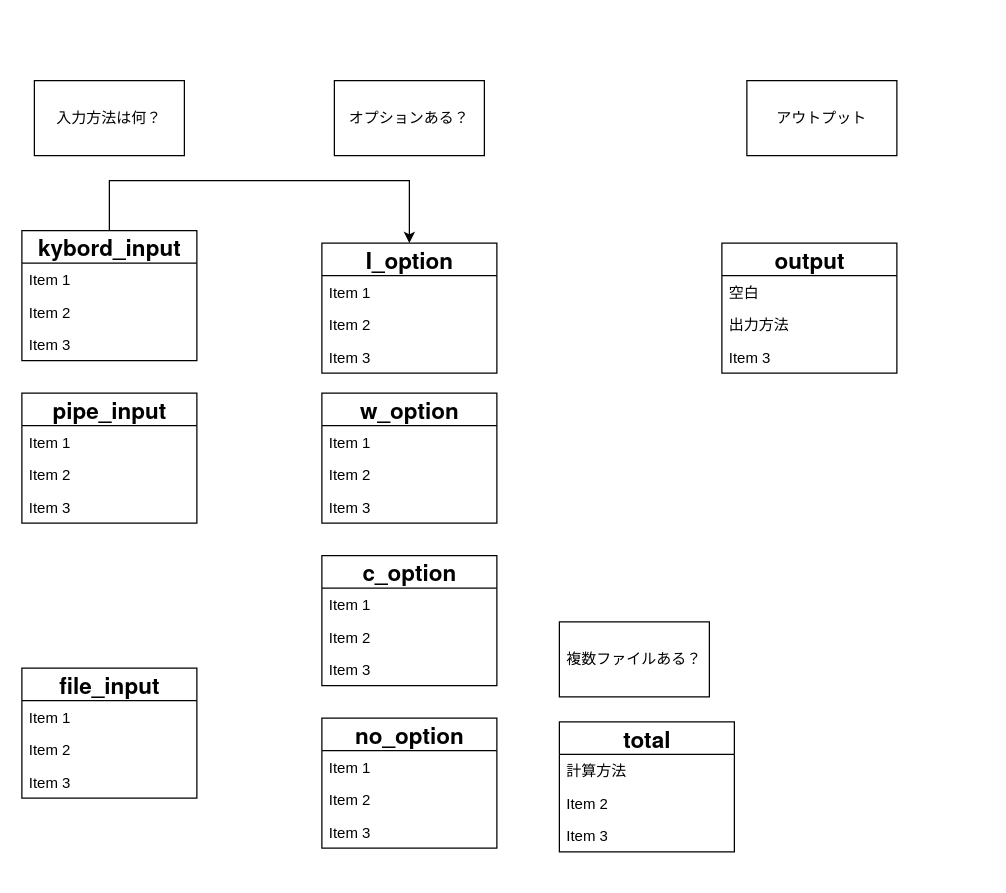
The draw.io diagram wcコマンド.drawio in namacosansan/ER, before the edit. Source tidied: cells renumbered, new cells numbered last; positions are measured from the earlier drawing's top-left corner, leaving out a move shared by most shapes. Both pictures are drawn from the tidied source at 125%, with x=0, y=0 at pixel (21, 80).
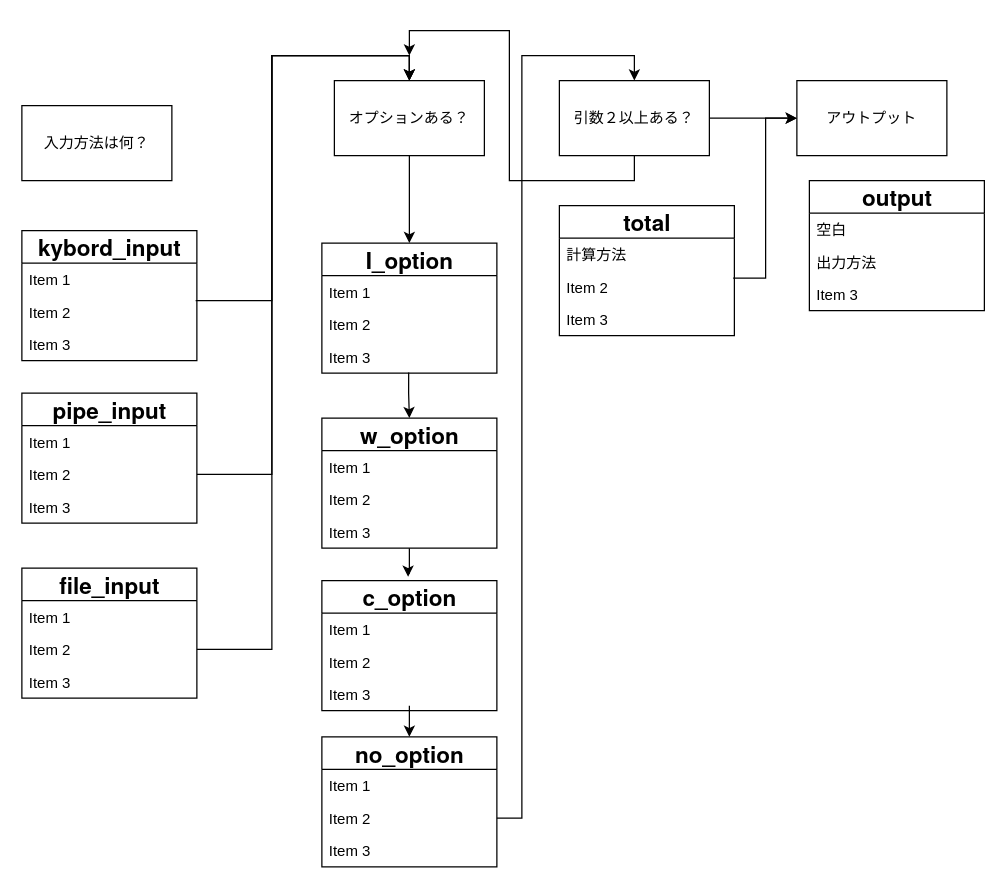
The same diagram, later.

Commit message:
wcコマンド.drawio を更新します

Unchanged cells that the change refers to:
```xml
<mxCell id="3" value="&lt;p style=&quot;margin: 0px; font-variant-numeric: normal; font-variant-east-asian: normal; font-variant-alternates: normal; font-size-adjust: none; font-kerning: auto; font-optical-sizing: auto; font-feature-settings: normal; font-variation-settings: normal; font-variant-position: normal; font-variant-emoji: normal; font-stretch: normal; font-size: 18px; line-height: normal; font-family: &amp;quot;Helvetica Neue&amp;quot;; text-align: start; text-wrap-mode: wrap;&quot; class=&quot;p1&quot;&gt;&lt;b&gt;kybord_input&lt;/b&gt;&lt;/p&gt;" style="swimlane;fontStyle=0;horizontal=1;startSize=26;fillColor=none;html=1;" parent="1" vertex="1">
  <mxGeometry y="120" width="140" height="104" as="geometry" />
</mxCell>
<mxCell id="5" value="Item 2" style="text;strokeColor=none;fillColor=none;align=left;verticalAlign=top;spacingLeft=4;spacingRight=4;overflow=hidden;points=[[0,0.5],[1,0.5]];portConstraint=eastwest;whiteSpace=wrap;html=1;" parent="3" vertex="1">
  <mxGeometry y="52" width="140" height="26" as="geometry" />
</mxCell>
<mxCell id="9" value="Item 2" style="text;strokeColor=none;fillColor=none;align=left;verticalAlign=top;spacingLeft=4;spacingRight=4;overflow=hidden;points=[[0,0.5],[1,0.5]];portConstraint=eastwest;whiteSpace=wrap;html=1;" parent="7" vertex="1">
  <mxGeometry y="52" width="140" height="26" as="geometry" />
</mxCell>
<mxCell id="13" value="Item 2" style="text;strokeColor=none;fillColor=none;align=left;verticalAlign=top;spacingLeft=4;spacingRight=4;overflow=hidden;points=[[0,0.5],[1,0.5]];portConstraint=eastwest;whiteSpace=wrap;html=1;" parent="11" vertex="1">
  <mxGeometry y="52" width="140" height="26" as="geometry" />
</mxCell>
<mxCell id="19" value="&lt;p style=&quot;margin: 0px; font-variant-numeric: normal; font-variant-east-asian: normal; font-variant-alternates: normal; font-size-adjust: none; font-kerning: auto; font-optical-sizing: auto; font-feature-settings: normal; font-variation-settings: normal; font-variant-position: normal; font-variant-emoji: normal; font-stretch: normal; font-size: 18px; line-height: normal; font-family: &amp;quot;Helvetica Neue&amp;quot;; text-align: start; text-wrap-mode: wrap;&quot; class=&quot;p1&quot;&gt;&lt;b&gt;I_&lt;/b&gt;&lt;b style=&quot;background-color: transparent; color: light-dark(rgb(0, 0, 0), rgb(255, 255, 255));&quot;&gt;option&lt;/b&gt;&lt;/p&gt;" style="swimlane;fontStyle=0;horizontal=1;startSize=26;fillColor=none;html=1;" parent="1" vertex="1">
  <mxGeometry x="240" y="130" width="140" height="104" as="geometry" />
</mxCell>
<mxCell id="22" value="Item 3" style="text;strokeColor=none;fillColor=none;align=left;verticalAlign=top;spacingLeft=4;spacingRight=4;overflow=hidden;points=[[0,0.5],[1,0.5]];portConstraint=eastwest;whiteSpace=wrap;html=1;" parent="19" vertex="1">
  <mxGeometry y="78" width="140" height="26" as="geometry" />
</mxCell>
<mxCell id="29" value="Item 2" style="text;strokeColor=none;fillColor=none;align=left;verticalAlign=top;spacingLeft=4;spacingRight=4;overflow=hidden;points=[[0,0.5],[1,0.5]];portConstraint=eastwest;whiteSpace=wrap;html=1;" parent="27" vertex="1">
  <mxGeometry y="52" width="140" height="26" as="geometry" />
</mxCell>
<mxCell id="32" value="オプションある？" style="whiteSpace=wrap;html=1;align=center;newEdgeStyle={&quot;edgeStyle&quot;:&quot;elbowEdgeStyle&quot;,&quot;startArrow&quot;:&quot;none&quot;,&quot;endArrow&quot;:&quot;none&quot;};" parent="1" vertex="1">
  <mxGeometry x="250" width="120" height="60" as="geometry" />
</mxCell>
<mxCell id="37" value="Item 2" style="text;strokeColor=none;fillColor=none;align=left;verticalAlign=top;spacingLeft=4;spacingRight=4;overflow=hidden;points=[[0,0.5],[1,0.5]];portConstraint=eastwest;whiteSpace=wrap;html=1;" parent="35" vertex="1">
  <mxGeometry y="52" width="140" height="26" as="geometry" />
</mxCell>
```

What changed in the source:
```diff
@@
-    <mxCell id="2" style="edgeStyle=elbowEdgeStyle;rounded=0;jettySize=auto;html=1;exitX=0.5;exitY=0;exitDx=0;exitDy=0;entryX=0.5;entryY=0;entryDx=0;entryDy=0;" parent="1" edge="1" source="3" target="19">
-      <mxGeometry relative="1" as="geometry">
-        <Array as="points">
-          <mxPoint x="230" y="80" />
-        </Array>
-      </mxGeometry>
-    </mxCell>
@@
     <mxCell id="11" value="&lt;p style=&quot;margin: 0px; font-variant-numeric: normal; font-variant-east-asian: normal; font-variant-alternates: normal; font-size-adjust: none; font-kerning: auto; font-optical-sizing: auto; font-feature-settings: normal; font-variation-settings: normal; font-variant-position: normal; font-variant-emoji: normal; font-stretch: normal; font-size: 18px; line-height: normal; font-family: &amp;quot;Helvetica Neue&amp;quot;; text-align: start; text-wrap-mode: wrap;&quot; class=&quot;p1&quot;&gt;&lt;b&gt;file_input&lt;/b&gt;&lt;/p&gt;" style="swimlane;fontStyle=0;horizontal=1;startSize=26;fillColor=none;html=1;" parent="1" vertex="1">
-      <mxGeometry y="470" width="140" height="104" as="geometry" />
+      <mxGeometry y="390" width="140" height="104" as="geometry" />
     </mxCell>
@@
+    <mxCell id="43" style="edgeStyle=orthogonalEdgeStyle;rounded=0;jettySize=auto;html=1;entryX=0.493;entryY=-0.029;entryDx=0;entryDy=0;entryPerimeter=0;" parent="1" edge="1" source="15" target="23">
+      <mxGeometry relative="1" as="geometry" />
+    </mxCell>
     <mxCell id="15" value="&lt;p style=&quot;margin: 0px; font-variant-numeric: normal; font-variant-east-asian: normal; font-variant-alternates: normal; font-size-adjust: none; font-kerning: auto; font-optical-sizing: auto; font-feature-settings: normal; font-variation-settings: normal; font-variant-position: normal; font-variant-emoji: normal; font-stretch: normal; font-size: 18px; line-height: normal; font-family: &amp;quot;Helvetica Neue&amp;quot;; text-align: start; text-wrap-mode: wrap;&quot; class=&quot;p1&quot;&gt;&lt;b&gt;w_&lt;/b&gt;&lt;b style=&quot;background-color: transparent; color: light-dark(rgb(0, 0, 0), rgb(255, 255, 255));&quot;&gt;option&lt;/b&gt;&lt;/p&gt;" style="swimlane;fontStyle=0;horizontal=1;startSize=26;fillColor=none;html=1;" parent="1" vertex="1">
-      <mxGeometry x="240" y="250" width="140" height="104" as="geometry" />
+      <mxGeometry x="240" y="270" width="140" height="104" as="geometry" />
     </mxCell>
@@
+    <mxCell id="44" style="edgeStyle=orthogonalEdgeStyle;rounded=0;jettySize=auto;html=1;entryX=0.5;entryY=0;entryDx=0;entryDy=0;exitX=0.496;exitY=0.981;exitDx=0;exitDy=0;exitPerimeter=0;" parent="1" edge="1" source="22" target="15">
+      <mxGeometry relative="1" as="geometry">
+        <Array as="points">
+          <mxPoint x="309" y="250" />
+          <mxPoint x="310" y="250" />
+        </Array>
+      </mxGeometry>
+    </mxCell>
+    <mxCell id="45" style="edgeStyle=orthogonalEdgeStyle;rounded=0;jettySize=auto;html=1;exitX=0.993;exitY=0.154;exitDx=0;exitDy=0;exitPerimeter=0;entryX=0.5;entryY=0;entryDx=0;entryDy=0;" parent="1" edge="1" source="5" target="32">
+      <mxGeometry relative="1" as="geometry">
+        <Array as="points">
+          <mxPoint x="200" y="176" />
+          <mxPoint x="200" y="-20" />
+          <mxPoint x="310" y="-20" />
+        </Array>
+      </mxGeometry>
+    </mxCell>
@@
     <mxCell id="23" value="&lt;p style=&quot;margin: 0px; font-variant-numeric: normal; font-variant-east-asian: normal; font-variant-alternates: normal; font-size-adjust: none; font-kerning: auto; font-optical-sizing: auto; font-feature-settings: normal; font-variation-settings: normal; font-variant-position: normal; font-variant-emoji: normal; font-stretch: normal; font-size: 18px; line-height: normal; font-family: &amp;quot;Helvetica Neue&amp;quot;; text-align: start; text-wrap-mode: wrap;&quot; class=&quot;p1&quot;&gt;&lt;b&gt;c_&lt;/b&gt;&lt;b style=&quot;background-color: transparent; color: light-dark(rgb(0, 0, 0), rgb(255, 255, 255));&quot;&gt;option&lt;/b&gt;&lt;/p&gt;" style="swimlane;fontStyle=0;horizontal=1;startSize=26;fillColor=none;html=1;" parent="1" vertex="1">
-      <mxGeometry x="240" y="380" width="140" height="104" as="geometry" />
+      <mxGeometry x="240" y="400" width="140" height="104" as="geometry" />
     </mxCell>
@@
     <mxCell id="27" value="&lt;p style=&quot;margin: 0px; font-variant-numeric: normal; font-variant-east-asian: normal; font-variant-alternates: normal; font-size-adjust: none; font-kerning: auto; font-optical-sizing: auto; font-feature-settings: normal; font-variation-settings: normal; font-variant-position: normal; font-variant-emoji: normal; font-stretch: normal; font-size: 18px; line-height: normal; font-family: &amp;quot;Helvetica Neue&amp;quot;; text-align: start; text-wrap-mode: wrap;&quot; class=&quot;p1&quot;&gt;&lt;b&gt;no_&lt;/b&gt;&lt;b style=&quot;background-color: transparent; color: light-dark(rgb(0, 0, 0), rgb(255, 255, 255));&quot;&gt;option&lt;/b&gt;&lt;/p&gt;" style="swimlane;fontStyle=0;horizontal=1;startSize=26;fillColor=none;html=1;" parent="1" vertex="1">
-      <mxGeometry x="240" y="510" width="140" height="104" as="geometry" />
+      <mxGeometry x="240" y="525" width="140" height="104" as="geometry" />
     </mxCell>
@@
     <mxCell id="31" value="入力方法は何？" style="whiteSpace=wrap;html=1;align=center;newEdgeStyle={&quot;edgeStyle&quot;:&quot;elbowEdgeStyle&quot;,&quot;startArrow&quot;:&quot;none&quot;,&quot;endArrow&quot;:&quot;none&quot;};" parent="1" vertex="1">
-      <mxGeometry x="10" width="120" height="60" as="geometry" />
+      <mxGeometry y="20" width="120" height="60" as="geometry" />
     </mxCell>
@@
-    <mxCell id="33" value="複数ファイルある？" style="whiteSpace=wrap;html=1;align=center;newEdgeStyle={&quot;edgeStyle&quot;:&quot;elbowEdgeStyle&quot;,&quot;startArrow&quot;:&quot;none&quot;,&quot;endArrow&quot;:&quot;none&quot;};" parent="1" vertex="1">
-      <mxGeometry x="430" y="433" width="120" height="60" as="geometry" />
+    <mxCell id="33" value="引数２以上ある？" style="whiteSpace=wrap;html=1;align=center;newEdgeStyle={&quot;edgeStyle&quot;:&quot;elbowEdgeStyle&quot;,&quot;startArrow&quot;:&quot;none&quot;,&quot;endArrow&quot;:&quot;none&quot;};" parent="1" vertex="1">
+      <mxGeometry x="430" width="120" height="60" as="geometry" />
     </mxCell>
     <mxCell id="34" value="アウトプット" style="whiteSpace=wrap;html=1;align=center;newEdgeStyle={&quot;edgeStyle&quot;:&quot;elbowEdgeStyle&quot;,&quot;startArrow&quot;:&quot;none&quot;,&quot;endArrow&quot;:&quot;none&quot;};" parent="1" vertex="1">
-      <mxGeometry x="580" width="120" height="60" as="geometry" />
+      <mxGeometry x="620" width="120" height="60" as="geometry" />
     </mxCell>
     <mxCell id="35" value="&lt;p style=&quot;margin: 0px; font-variant-numeric: normal; font-variant-east-asian: normal; font-variant-alternates: normal; font-size-adjust: none; font-kerning: auto; font-optical-sizing: auto; font-feature-settings: normal; font-variation-settings: normal; font-variant-position: normal; font-variant-emoji: normal; font-stretch: normal; font-size: 18px; line-height: normal; font-family: &amp;quot;Helvetica Neue&amp;quot;; text-align: start; text-wrap-mode: wrap;&quot; class=&quot;p1&quot;&gt;&lt;b&gt;total&lt;/b&gt;&lt;/p&gt;" style="swimlane;fontStyle=0;horizontal=1;startSize=26;fillColor=none;html=1;" parent="1" vertex="1">
-      <mxGeometry x="430" y="513" width="140" height="104" as="geometry" />
+      <mxGeometry x="430" y="100" width="140" height="104" as="geometry" />
     </mxCell>
@@
     <mxCell id="39" value="&lt;p style=&quot;margin: 0px; font-variant-numeric: normal; font-variant-east-asian: normal; font-variant-alternates: normal; font-size-adjust: none; font-kerning: auto; font-optical-sizing: auto; font-feature-settings: normal; font-variation-settings: normal; font-variant-position: normal; font-variant-emoji: normal; font-stretch: normal; font-size: 18px; line-height: normal; font-family: &amp;quot;Helvetica Neue&amp;quot;; text-align: start; text-wrap-mode: wrap;&quot; class=&quot;p1&quot;&gt;&lt;b&gt;output&lt;/b&gt;&lt;/p&gt;" style="swimlane;fontStyle=0;horizontal=1;startSize=26;fillColor=none;html=1;" parent="1" vertex="1">
-      <mxGeometry x="560" y="130" width="140" height="104" as="geometry" />
+      <mxGeometry x="630" y="80" width="140" height="104" as="geometry" />
     </mxCell>
@@
+    <mxCell id="46" style="edgeStyle=orthogonalEdgeStyle;rounded=0;jettySize=auto;html=1;exitX=1;exitY=0.5;exitDx=0;exitDy=0;entryX=0.5;entryY=0;entryDx=0;entryDy=0;" parent="1" edge="1" source="9" target="32">
+      <mxGeometry relative="1" as="geometry">
+        <Array as="points">
+          <mxPoint x="200" y="315" />
+          <mxPoint x="200" y="-20" />
+          <mxPoint x="310" y="-20" />
+        </Array>
+      </mxGeometry>
+    </mxCell>
+    <mxCell id="47" style="edgeStyle=orthogonalEdgeStyle;rounded=0;jettySize=auto;html=1;exitX=0.5;exitY=1;exitDx=0;exitDy=0;entryX=0.5;entryY=0;entryDx=0;entryDy=0;" parent="1" edge="1" source="32" target="19">
+      <mxGeometry relative="1" as="geometry" />
+    </mxCell>
+    <mxCell id="48" style="edgeStyle=orthogonalEdgeStyle;rounded=0;jettySize=auto;html=1;exitX=1;exitY=0.5;exitDx=0;exitDy=0;" parent="1" edge="1" source="13">
+      <mxGeometry relative="1" as="geometry">
+        <mxPoint x="310" as="targetPoint" />
+        <Array as="points">
+          <mxPoint x="200" y="455" />
+          <mxPoint x="200" y="-20" />
+          <mxPoint x="310" y="-20" />
+        </Array>
+      </mxGeometry>
+    </mxCell>
+    <mxCell id="49" style="edgeStyle=orthogonalEdgeStyle;rounded=0;jettySize=auto;html=1;entryX=0.5;entryY=0;entryDx=0;entryDy=0;" parent="1" edge="1" target="27">
+      <mxGeometry relative="1" as="geometry">
+        <mxPoint x="310" y="500" as="sourcePoint" />
+      </mxGeometry>
+    </mxCell>
+    <mxCell id="50" style="edgeStyle=orthogonalEdgeStyle;rounded=0;jettySize=auto;html=1;entryX=0.5;entryY=0;entryDx=0;entryDy=0;exitX=1;exitY=0.5;exitDx=0;exitDy=0;" parent="1" edge="1" source="29" target="33">
+      <mxGeometry relative="1" as="geometry">
+        <Array as="points">
+          <mxPoint x="400" y="590" />
+          <mxPoint x="400" y="-20" />
+          <mxPoint x="490" y="-20" />
+        </Array>
+      </mxGeometry>
+    </mxCell>
+    <mxCell id="51" style="edgeStyle=orthogonalEdgeStyle;rounded=0;jettySize=auto;html=1;exitX=0.5;exitY=1;exitDx=0;exitDy=0;" parent="1" edge="1" source="33">
+      <mxGeometry relative="1" as="geometry">
+        <mxPoint x="310" y="-20" as="targetPoint" />
+        <Array as="points">
+          <mxPoint x="490" y="80" />
+          <mxPoint x="390" y="80" />
+          <mxPoint x="390" y="-40" />
+          <mxPoint x="310" y="-40" />
+        </Array>
+      </mxGeometry>
+    </mxCell>
+    <mxCell id="52" style="edgeStyle=orthogonalEdgeStyle;rounded=0;jettySize=auto;html=1;exitX=1;exitY=0.5;exitDx=0;exitDy=0;entryX=0;entryY=0.5;entryDx=0;entryDy=0;" parent="1" edge="1" source="33" target="34">
+      <mxGeometry relative="1" as="geometry" />
+    </mxCell>
+    <mxCell id="53" style="edgeStyle=orthogonalEdgeStyle;rounded=0;jettySize=auto;html=1;exitX=0.993;exitY=0.231;exitDx=0;exitDy=0;entryX=0;entryY=0.5;entryDx=0;entryDy=0;exitPerimeter=0;" parent="1" edge="1" source="37" target="34">
+      <mxGeometry relative="1" as="geometry" />
+    </mxCell>
```
